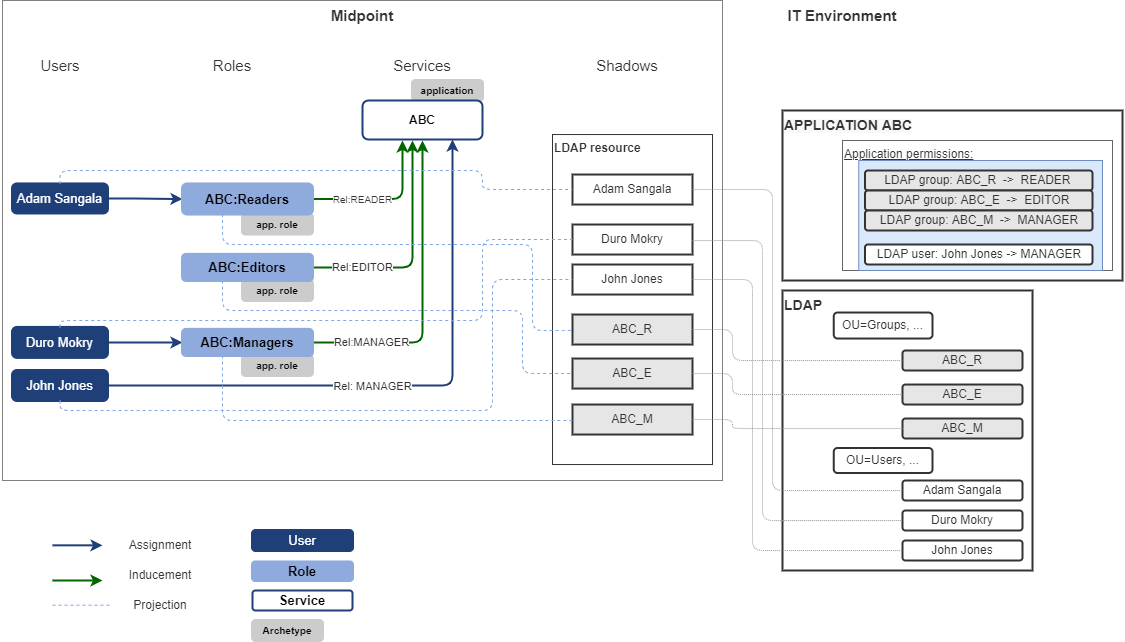
Above: midpoint/devel/iga/iga-and-access/access-modeling/iga-concepts-application-access.png in Evolveum/docs (draw.io), before the change. Source tidied: cells renumbered, new cells last; positions are measured from the earlier drawing's top-left corner, leaving out a move shared by most shapes.
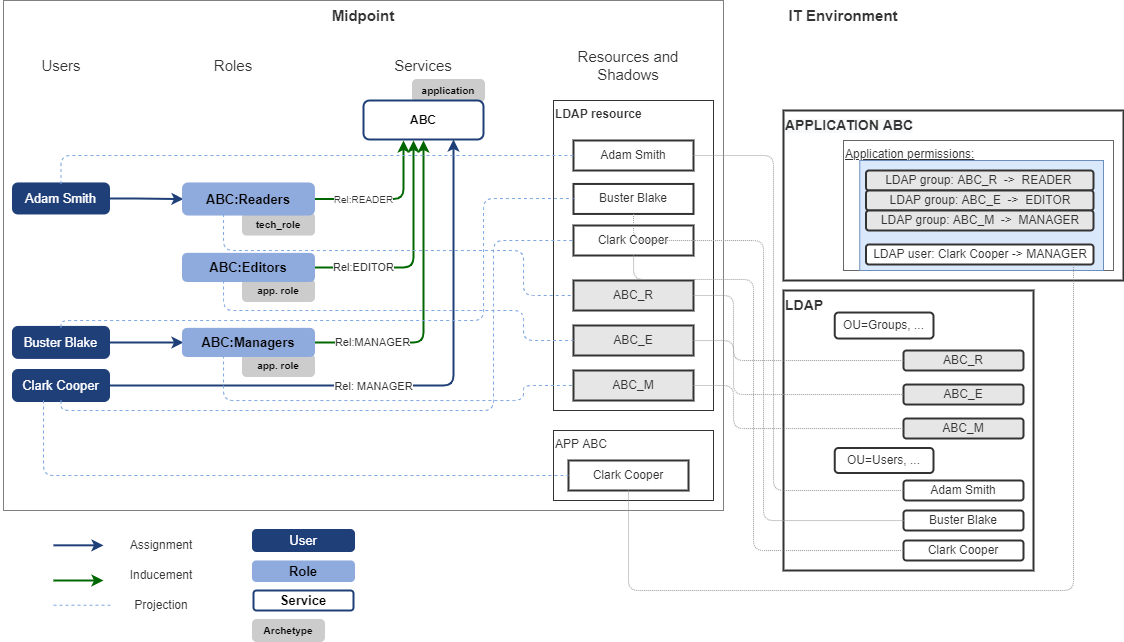
Above is the later version.

Commit message:
IGA design: Access model tuning and explanation.

Change to the diagram source:
```diff
@@ -3,13 +3,13 @@
     <mxCell id="0" />
     <mxCell id="1" parent="0" />
     <mxCell id="2" style="rounded=0;whiteSpace=wrap;html=1;labelBackgroundColor=#FFE599;fontSize=11;fontColor=#333333;strokeColor=#808080;strokeWidth=1;fillColor=default;" parent="1" vertex="1">
-      <mxGeometry x="2" width="720" height="480" as="geometry" />
+      <mxGeometry x="2" width="720" height="510" as="geometry" />
     </mxCell>
     <mxCell id="3" value="&lt;font style=&quot;font-size: 14px&quot; color=&quot;#333333&quot;&gt;&lt;b&gt;LDAP&lt;/b&gt;&lt;/font&gt;" style="rounded=0;whiteSpace=wrap;html=1;fontSize=11;fontColor=#999999;strokeColor=#333333;strokeWidth=2;fillColor=default;align=left;verticalAlign=top;" parent="1" vertex="1">
       <mxGeometry x="782" y="290" width="250" height="280" as="geometry" />
     </mxCell>
     <mxCell id="4" value="&lt;b&gt;LDAP resource&lt;/b&gt;" style="rounded=0;whiteSpace=wrap;html=1;fontSize=12;fontColor=#333333;strokeColor=#333333;strokeWidth=1;align=left;verticalAlign=top;" parent="1" vertex="1">
-      <mxGeometry x="552" y="134" width="160" height="330" as="geometry" />
+      <mxGeometry x="552" y="100" width="160" height="310" as="geometry" />
     </mxCell>
     <mxCell id="5" value="Midpoint" style="text;html=1;strokeColor=none;fillColor=none;align=center;verticalAlign=middle;whiteSpace=wrap;rounded=0;fontSize=15;fontColor=#333333;fontStyle=1;" parent="1" vertex="1">
       <mxGeometry x="302" width="120" height="30" as="geometry" />
@@ -23,26 +23,26 @@
     <mxCell id="8" value="Roles" style="text;html=1;strokeColor=none;fillColor=none;align=center;verticalAlign=middle;whiteSpace=wrap;rounded=0;fontSize=15;fontColor=#333333;" parent="1" vertex="1">
       <mxGeometry x="172" y="50" width="120" height="30" as="geometry" />
     </mxCell>
-    <mxCell id="9" value="Shadows" style="text;html=1;strokeColor=none;fillColor=none;align=center;verticalAlign=middle;whiteSpace=wrap;rounded=0;fontSize=15;fontColor=#333333;" parent="1" vertex="1">
+    <mxCell id="9" value="Resources and Shadows" style="text;html=1;strokeColor=none;fillColor=none;align=center;verticalAlign=middle;whiteSpace=wrap;rounded=0;fontSize=15;fontColor=#333333;" parent="1" vertex="1">
       <mxGeometry x="567" y="50" width="120" height="30" as="geometry" />
     </mxCell>
-    <mxCell id="10" value="Adam Sangala" style="rounded=0;whiteSpace=wrap;html=1;fontSize=12;fontColor=#333333;strokeColor=#333333;strokeWidth=2;" parent="1" vertex="1">
-      <mxGeometry x="572" y="174" width="120" height="30" as="geometry" />
+    <mxCell id="10" value="Adam Smith" style="rounded=0;whiteSpace=wrap;html=1;fontSize=12;fontColor=#333333;strokeColor=#333333;strokeWidth=2;" parent="1" vertex="1">
+      <mxGeometry x="572" y="140" width="120" height="30" as="geometry" />
     </mxCell>
-    <mxCell id="11" value="Duro Mokry" style="rounded=0;whiteSpace=wrap;html=1;fontSize=12;fontColor=#333333;strokeColor=#333333;strokeWidth=2;" parent="1" vertex="1">
-      <mxGeometry x="572" y="224" width="120" height="30" as="geometry" />
+    <mxCell id="11" value="Buster Blake" style="rounded=0;whiteSpace=wrap;html=1;fontSize=12;fontColor=#333333;strokeColor=#333333;strokeWidth=2;" parent="1" vertex="1">
+      <mxGeometry x="572" y="183.4" width="120" height="30" as="geometry" />
     </mxCell>
-    <mxCell id="12" value="John Jones" style="rounded=0;whiteSpace=wrap;html=1;fontSize=12;fontColor=#333333;strokeColor=#333333;strokeWidth=2;" parent="1" vertex="1">
-      <mxGeometry x="572" y="264" width="120" height="30" as="geometry" />
+    <mxCell id="12" value="Clark Cooper" style="rounded=0;whiteSpace=wrap;html=1;fontSize=12;fontColor=#333333;strokeColor=#333333;strokeWidth=2;" parent="1" vertex="1">
+      <mxGeometry x="572" y="225" width="120" height="30" as="geometry" />
     </mxCell>
     <mxCell id="13" value="ABC_E" style="rounded=0;whiteSpace=wrap;html=1;fontSize=12;fontColor=#333333;strokeColor=#333333;strokeWidth=2;fillColor=#E6E6E6;" parent="1" vertex="1">
-      <mxGeometry x="572" y="358" width="120" height="30" as="geometry" />
+      <mxGeometry x="572" y="325" width="120" height="30" as="geometry" />
     </mxCell>
     <mxCell id="14" value="ABC_M" style="rounded=0;whiteSpace=wrap;html=1;fontSize=12;fontColor=#333333;strokeColor=#333333;strokeWidth=2;fillColor=#E6E6E6;" parent="1" vertex="1">
-      <mxGeometry x="572" y="404" width="120" height="30" as="geometry" />
+      <mxGeometry x="572" y="370" width="120" height="30" as="geometry" />
     </mxCell>
     <mxCell id="15" value="ABC_R" style="rounded=0;whiteSpace=wrap;html=1;fontSize=12;fontColor=#333333;strokeColor=#333333;strokeWidth=2;fillColor=#E6E6E6;" parent="1" vertex="1">
-      <mxGeometry x="572" y="314" width="120" height="30" as="geometry" />
+      <mxGeometry x="572" y="280" width="120" height="30" as="geometry" />
     </mxCell>
     <mxCell id="16" style="endArrow=classic;html=1;rounded=1;fontSize=15;fontColor=#333333;strokeColor=#006600;strokeWidth=2;edgeStyle=orthogonalEdgeStyle;" parent="1" edge="1" source="69">
       <mxGeometry relative="1" as="geometry">
@@ -86,10 +86,10 @@
     <mxCell id="23" style="endArrow=classic;html=1;rounded=1;fontSize=15;fontColor=#333333;strokeColor=#1E3F78;strokeWidth=2;edgeStyle=orthogonalEdgeStyle;" parent="1" edge="1" source="24" target="71">
       <mxGeometry relative="1" as="geometry" />
     </mxCell>
-    <mxCell id="24" value="&lt;span style=&quot;font-size: 13px&quot;&gt;&lt;font color=&quot;#ffffff&quot;&gt;Adam Sangala&lt;/font&gt;&lt;/span&gt;" style="rounded=1;whiteSpace=wrap;html=1;fontSize=12;strokeColor=#1E3F78;strokeWidth=3;fillColor=#1E3F78;verticalAlign=middle;" parent="1" vertex="1">
+    <mxCell id="24" value="&lt;span style=&quot;font-size: 13px&quot;&gt;&lt;font color=&quot;#ffffff&quot;&gt;Adam Smith&lt;/font&gt;&lt;/span&gt;" style="rounded=1;whiteSpace=wrap;html=1;fontSize=12;strokeColor=#1E3F78;strokeWidth=3;fillColor=#1E3F78;verticalAlign=middle;" parent="1" vertex="1">
       <mxGeometry x="12" y="183.4" width="95" height="29" as="geometry" />
     </mxCell>
-    <mxCell id="25" value="&lt;span style=&quot;font-size: 13px&quot;&gt;&lt;font color=&quot;#ffffff&quot;&gt;Duro Mokry&lt;/font&gt;&lt;/span&gt;" style="rounded=1;whiteSpace=wrap;html=1;fontSize=12;strokeColor=#1E3F78;strokeWidth=3;fillColor=#1E3F78;verticalAlign=middle;" parent="1" vertex="1">
+    <mxCell id="25" value="&lt;span style=&quot;font-size: 13px&quot;&gt;&lt;font color=&quot;#ffffff&quot;&gt;Buster Blake&lt;/font&gt;&lt;/span&gt;" style="rounded=1;whiteSpace=wrap;html=1;fontSize=12;strokeColor=#1E3F78;strokeWidth=3;fillColor=#1E3F78;verticalAlign=middle;" parent="1" vertex="1">
       <mxGeometry x="12" y="326.9" width="95" height="30" as="geometry" />
     </mxCell>
     <mxCell id="26" value="&lt;span style=&quot;color: rgb(51 , 51 , 51) ; font-family: &amp;#34;helvetica&amp;#34; ; font-style: normal ; letter-spacing: normal ; text-align: left ; text-indent: 0px ; text-transform: none ; word-spacing: 0px ; background-color: rgb(248 , 249 , 250)&quot;&gt;&lt;b&gt;&lt;font style=&quot;font-size: 14px&quot;&gt;APPLICATION ABC&lt;/font&gt;&lt;/b&gt;&lt;/span&gt;" style="rounded=0;whiteSpace=wrap;html=1;fontSize=12;fontColor=#333333;strokeColor=#333333;strokeWidth=2;align=left;verticalAlign=top;" parent="1" vertex="1">
@@ -104,10 +104,10 @@
     <mxCell id="29" value="&lt;span style=&quot;font-size: 12px ; text-align: left&quot;&gt;ABC_M&lt;/span&gt;" style="rounded=1;whiteSpace=wrap;html=1;fontSize=11;fontColor=#333333;strokeColor=#333333;strokeWidth=2;fillColor=#E6E6E6;" parent="1" vertex="1">
       <mxGeometry x="902" y="418" width="120" height="20" as="geometry" />
     </mxCell>
-    <mxCell id="30" value="&lt;span style=&quot;font-size: 12px ; text-align: left&quot;&gt;Duro Mokry&lt;/span&gt;" style="rounded=1;whiteSpace=wrap;html=1;fontSize=11;fontColor=#333333;strokeColor=#333333;strokeWidth=2;fillColor=default;" parent="1" vertex="1">
+    <mxCell id="30" value="&lt;span style=&quot;font-size: 12px ; text-align: left&quot;&gt;Buster Blake&lt;/span&gt;" style="rounded=1;whiteSpace=wrap;html=1;fontSize=11;fontColor=#333333;strokeColor=#333333;strokeWidth=2;fillColor=default;" parent="1" vertex="1">
       <mxGeometry x="902" y="510" width="120" height="20" as="geometry" />
     </mxCell>
-    <mxCell id="31" value="&lt;span style=&quot;font-size: 12px ; text-align: left&quot;&gt;John Jones&lt;/span&gt;" style="rounded=1;whiteSpace=wrap;html=1;fontSize=11;fontColor=#333333;strokeColor=#333333;strokeWidth=2;fillColor=default;" parent="1" vertex="1">
+    <mxCell id="31" value="&lt;span style=&quot;font-size: 12px ; text-align: left&quot;&gt;Clark Cooper&lt;/span&gt;" style="rounded=1;whiteSpace=wrap;html=1;fontSize=11;fontColor=#333333;strokeColor=#333333;strokeWidth=2;fillColor=default;" parent="1" vertex="1">
       <mxGeometry x="902" y="540" width="120" height="20" as="geometry" />
     </mxCell>
     <mxCell id="32" value="&lt;span style=&quot;font-size: 12px ; text-align: left&quot;&gt;ABC_R&lt;/span&gt;" style="rounded=1;whiteSpace=wrap;html=1;fontSize=11;fontColor=#333333;strokeColor=#333333;strokeWidth=2;fillColor=#E6E6E6;" parent="1" vertex="1">
@@ -116,7 +116,7 @@
     <mxCell id="33" value="&lt;span style=&quot;font-size: 12px ; text-align: left&quot;&gt;ABC_E&lt;/span&gt;" style="rounded=1;whiteSpace=wrap;html=1;fontSize=11;fontColor=#333333;strokeColor=#333333;strokeWidth=2;fillColor=#E6E6E6;" parent="1" vertex="1">
       <mxGeometry x="902" y="384" width="120" height="20" as="geometry" />
     </mxCell>
-    <mxCell id="34" value="&lt;span style=&quot;font-size: 12px ; text-align: left&quot;&gt;Adam Sangala&lt;/span&gt;" style="rounded=1;whiteSpace=wrap;html=1;fontSize=11;fontColor=#333333;strokeColor=#333333;strokeWidth=2;fillColor=default;" parent="1" vertex="1">
+    <mxCell id="34" value="&lt;span style=&quot;font-size: 12px ; text-align: left&quot;&gt;Adam Smith&lt;/span&gt;" style="rounded=1;whiteSpace=wrap;html=1;fontSize=11;fontColor=#333333;strokeColor=#333333;strokeWidth=2;fillColor=default;" parent="1" vertex="1">
       <mxGeometry x="902" y="480" width="120" height="20" as="geometry" />
     </mxCell>
     <mxCell id="35" style="endArrow=classic;html=1;rounded=1;fontSize=15;fontColor=#333333;strokeColor=#1E3F78;strokeWidth=2;edgeStyle=orthogonalEdgeStyle;exitX=1;exitY=0.5;exitDx=0;exitDy=0;entryX=0.75;entryY=1;entryDx=0;entryDy=0;" parent="1" edge="1" source="37" target="73">
@@ -127,7 +127,7 @@
         <mxPoint x="58" y="-1" as="offset" />
       </mxGeometry>
     </mxCell>
-    <mxCell id="37" value="&lt;span style=&quot;font-size: 13px&quot;&gt;&lt;font color=&quot;#ffffff&quot;&gt;John Jones&lt;/font&gt;&lt;/span&gt;" style="rounded=1;whiteSpace=wrap;html=1;fontSize=12;strokeColor=#1E3F78;strokeWidth=3;fillColor=#1E3F78;verticalAlign=middle;" parent="1" vertex="1">
+    <mxCell id="37" value="&lt;span style=&quot;font-size: 13px&quot;&gt;&lt;font color=&quot;#ffffff&quot;&gt;Clark Cooper&lt;/font&gt;&lt;/span&gt;" style="rounded=1;whiteSpace=wrap;html=1;fontSize=12;strokeColor=#1E3F78;strokeWidth=3;fillColor=#1E3F78;verticalAlign=middle;" parent="1" vertex="1">
       <mxGeometry x="12" y="370" width="95" height="30" as="geometry" />
     </mxCell>
     <mxCell id="38" style="endArrow=classic;html=1;rounded=1;fontSize=15;fontColor=#333333;strokeColor=#1E3F78;strokeWidth=2;edgeStyle=orthogonalEdgeStyle;" parent="1" edge="1" source="25" target="69">
@@ -138,7 +138,7 @@
         <Array as="points">
           <mxPoint x="60" y="410" />
           <mxPoint x="492" y="410" />
-          <mxPoint x="492" y="279" />
+          <mxPoint x="492" y="240" />
         </Array>
       </mxGeometry>
     </mxCell>
@@ -147,30 +147,31 @@
         <Array as="points">
           <mxPoint x="60" y="320" />
           <mxPoint x="482" y="320" />
-          <mxPoint x="482" y="239" />
+          <mxPoint x="482" y="198" />
+          <mxPoint x="572" y="198" />
         </Array>
       </mxGeometry>
     </mxCell>
     <mxCell id="41" style="endArrow=none;dashed=1;html=1;strokeWidth=1;rounded=1;fontSize=12;fontColor=#333333;strokeColor=#7EA6E0;edgeStyle=orthogonalEdgeStyle;" parent="1" edge="1" source="24" target="10">
       <mxGeometry relative="1" as="geometry">
         <Array as="points">
-          <mxPoint x="60" y="170" />
-          <mxPoint x="482" y="170" />
-          <mxPoint x="482" y="189" />
+          <mxPoint x="59" y="155" />
         </Array>
       </mxGeometry>
     </mxCell>
-    <mxCell id="42" style="endArrow=none;dashed=1;html=1;strokeWidth=1;rounded=1;fontSize=12;fontColor=#333333;strokeColor=#7EA6E0;edgeStyle=orthogonalEdgeStyle;" parent="1" edge="1" source="69" target="14">
+    <mxCell id="42" style="endArrow=none;dashed=1;html=1;strokeWidth=1;rounded=1;fontSize=12;fontColor=#333333;strokeColor=#7EA6E0;edgeStyle=orthogonalEdgeStyle;entryX=0;entryY=0.5;entryDx=0;entryDy=0;" parent="1" edge="1" source="69" target="14">
       <mxGeometry relative="1" as="geometry">
         <Array as="points">
-          <mxPoint x="222" y="420" />
+          <mxPoint x="222" y="400" />
+          <mxPoint x="522" y="400" />
+          <mxPoint x="522" y="385" />
         </Array>
       </mxGeometry>
     </mxCell>
     <mxCell id="43" style="endArrow=none;dashed=1;html=1;strokeWidth=1;rounded=1;fontSize=12;fontColor=#333333;strokeColor=#999999;dashPattern=1 1;edgeStyle=orthogonalEdgeStyle;" parent="1" edge="1" source="14" target="29">
       <mxGeometry relative="1" as="geometry">
         <Array as="points">
-          <mxPoint x="732" y="419" />
+          <mxPoint x="732" y="385" />
           <mxPoint x="732" y="428" />
         </Array>
       </mxGeometry>
@@ -178,7 +179,7 @@
     <mxCell id="44" style="endArrow=none;dashed=1;html=1;strokeWidth=1;rounded=1;fontSize=12;fontColor=#333333;strokeColor=#999999;dashPattern=1 1;entryX=0;entryY=0.5;entryDx=0;entryDy=0;edgeStyle=orthogonalEdgeStyle;" parent="1" edge="1" source="13" target="33">
       <mxGeometry relative="1" as="geometry">
         <Array as="points">
-          <mxPoint x="732" y="373" />
+          <mxPoint x="732" y="340" />
           <mxPoint x="732" y="394" />
         </Array>
       </mxGeometry>
@@ -186,7 +187,7 @@
     <mxCell id="45" style="endArrow=none;dashed=1;html=1;strokeWidth=1;rounded=1;fontSize=12;fontColor=#333333;strokeColor=#999999;dashPattern=1 1;edgeStyle=orthogonalEdgeStyle;" parent="1" edge="1" source="15" target="32">
       <mxGeometry relative="1" as="geometry">
         <Array as="points">
-          <mxPoint x="732" y="329" />
+          <mxPoint x="732" y="295" />
           <mxPoint x="732" y="360" />
         </Array>
       </mxGeometry>
@@ -210,7 +211,7 @@
     <mxCell id="48" style="endArrow=none;dashed=1;html=1;strokeWidth=1;rounded=1;fontSize=12;fontColor=#333333;strokeColor=#999999;dashPattern=1 1;edgeStyle=orthogonalEdgeStyle;" parent="1" edge="1" source="10" target="34">
       <mxGeometry relative="1" as="geometry">
         <Array as="points">
-          <mxPoint x="772" y="189" />
+          <mxPoint x="772" y="155" />
           <mxPoint x="772" y="490" />
         </Array>
       </mxGeometry>
@@ -242,7 +243,7 @@
     <mxCell id="56" value="&lt;span style=&quot;font-size: 12px ; text-align: left&quot;&gt;LDAP group: ABC_M&amp;nbsp; -&amp;gt;&amp;nbsp; MANAGER&lt;/span&gt;" style="rounded=1;whiteSpace=wrap;html=1;fontSize=11;fontColor=#333333;strokeColor=#333333;strokeWidth=2;fillColor=#E6E6E6;" parent="51" vertex="1">
       <mxGeometry x="22.5" y="70" width="227.5" height="20" as="geometry" />
     </mxCell>
-    <mxCell id="57" value="&lt;span style=&quot;font-size: 12px ; text-align: left&quot;&gt;LDAP user: John Jones -&amp;gt; MANAGER&lt;/span&gt;" style="rounded=1;whiteSpace=wrap;html=1;fontSize=11;fontColor=#333333;strokeColor=#333333;strokeWidth=2;fillColor=default;" parent="51" vertex="1">
+    <mxCell id="57" value="&lt;span style=&quot;font-size: 12px ; text-align: left&quot;&gt;LDAP user: Clark Cooper -&amp;gt; MANAGER&lt;/span&gt;" style="rounded=1;whiteSpace=wrap;html=1;fontSize=11;fontColor=#333333;strokeColor=#333333;strokeWidth=2;fillColor=default;" parent="51" vertex="1">
       <mxGeometry x="22.5" y="104" width="227.5" height="20" as="geometry" />
     </mxCell>
     <mxCell id="58" value="&lt;span style=&quot;font-size: 13px&quot;&gt;&lt;font color=&quot;#ffffff&quot;&gt;User&lt;/font&gt;&lt;/span&gt;" style="rounded=1;whiteSpace=wrap;html=1;fontSize=12;strokeColor=#1E3F78;strokeWidth=3;fillColor=#1E3F78;verticalAlign=middle;" parent="1" vertex="1">
@@ -278,7 +279,7 @@
     <mxCell id="66" value="&lt;font style=&quot;font-size: 10px&quot;&gt;app. role&lt;/font&gt;" style="rounded=1;whiteSpace=wrap;html=1;fontSize=10;strokeColor=#CCCCCC;strokeWidth=3;fillColor=#CCCCCC;verticalAlign=middle;fontStyle=1;" parent="1" vertex="1">
       <mxGeometry x="242" y="280" width="70" height="20" as="geometry" />
     </mxCell>
-    <mxCell id="67" value="&lt;font style=&quot;font-size: 10px&quot;&gt;app. role&lt;/font&gt;" style="rounded=1;whiteSpace=wrap;html=1;fontSize=10;strokeColor=#CCCCCC;strokeWidth=3;fillColor=#CCCCCC;verticalAlign=middle;fontStyle=1;" parent="1" vertex="1">
+    <mxCell id="67" value="&lt;font style=&quot;font-size: 10px&quot;&gt;tech_role&lt;/font&gt;" style="rounded=1;whiteSpace=wrap;html=1;fontSize=10;strokeColor=#CCCCCC;strokeWidth=3;fillColor=#CCCCCC;verticalAlign=middle;fontStyle=1;" parent="1" vertex="1">
       <mxGeometry x="242" y="213.6" width="70" height="20" as="geometry" />
     </mxCell>
     <mxCell id="68" value="&lt;font style=&quot;font-size: 10px&quot;&gt;app. role&lt;/font&gt;" style="rounded=1;whiteSpace=wrap;html=1;fontSize=10;strokeColor=#CCCCCC;strokeWidth=3;fillColor=#CCCCCC;verticalAlign=middle;fontStyle=1;" parent="1" vertex="1">
@@ -304,19 +305,39 @@
         <Array as="points">
           <mxPoint x="222" y="310" />
           <mxPoint x="522" y="310" />
-          <mxPoint x="522" y="373" />
+          <mxPoint x="522" y="340" />
         </Array>
       </mxGeometry>
     </mxCell>
     <mxCell id="75" style="endArrow=none;dashed=1;html=1;strokeWidth=1;rounded=1;fontSize=12;fontColor=#333333;strokeColor=#7EA6E0;edgeStyle=orthogonalEdgeStyle;entryX=0;entryY=0.5;entryDx=0;entryDy=0;" parent="1" edge="1" source="71" target="15">
       <mxGeometry relative="1" as="geometry">
         <Array as="points">
-          <mxPoint x="222" y="244" />
-          <mxPoint x="532" y="244" />
-          <mxPoint x="532" y="330" />
-          <mxPoint x="572" y="330" />
+          <mxPoint x="222" y="250" />
+          <mxPoint x="522" y="250" />
+          <mxPoint x="522" y="295" />
         </Array>
       </mxGeometry>
     </mxCell>
+    <mxCell id="76" value="APP ABC" style="rounded=0;whiteSpace=wrap;html=1;fontSize=12;fontColor=#333333;strokeColor=#333333;strokeWidth=1;align=left;verticalAlign=top;" parent="1" vertex="1">
+      <mxGeometry x="552" y="430" width="160" height="70" as="geometry" />
+    </mxCell>
+    <mxCell id="77" value="&lt;font style=&quot;font-size: 12px&quot;&gt;Clark Cooper&lt;/font&gt;" style="rounded=0;whiteSpace=wrap;html=1;fontSize=12;fontColor=#333333;strokeColor=#333333;strokeWidth=2;" parent="1" vertex="1">
+      <mxGeometry x="567" y="460" width="120" height="30" as="geometry" />
+    </mxCell>
+    <mxCell id="78" style="endArrow=none;dashed=1;html=1;strokeWidth=1;rounded=1;fontSize=12;fontColor=#333333;strokeColor=#999999;dashPattern=1 1;edgeStyle=orthogonalEdgeStyle;" parent="1" edge="1" source="77" target="57">
+      <mxGeometry relative="1" as="geometry">
+        <Array as="points">
+          <mxPoint x="627" y="590" />
+          <mxPoint x="1072" y="590" />
+        </Array>
+      </mxGeometry>
+    </mxCell>
+    <mxCell id="79" style="endArrow=none;dashed=1;html=1;strokeWidth=1;rounded=1;fontSize=12;fontColor=#333333;entryX=0;entryY=0.5;entryDx=0;entryDy=0;strokeColor=#7EA6E0;edgeStyle=orthogonalEdgeStyle;" parent="1" edge="1" source="37" target="77">
+      <mxGeometry relative="1" as="geometry">
+        <Array as="points">
+          <mxPoint x="42" y="475" />
+        </Array>
+      </mxGeometry>
+    </mxCell>
   </root>
 </mxGraphModel>
```
